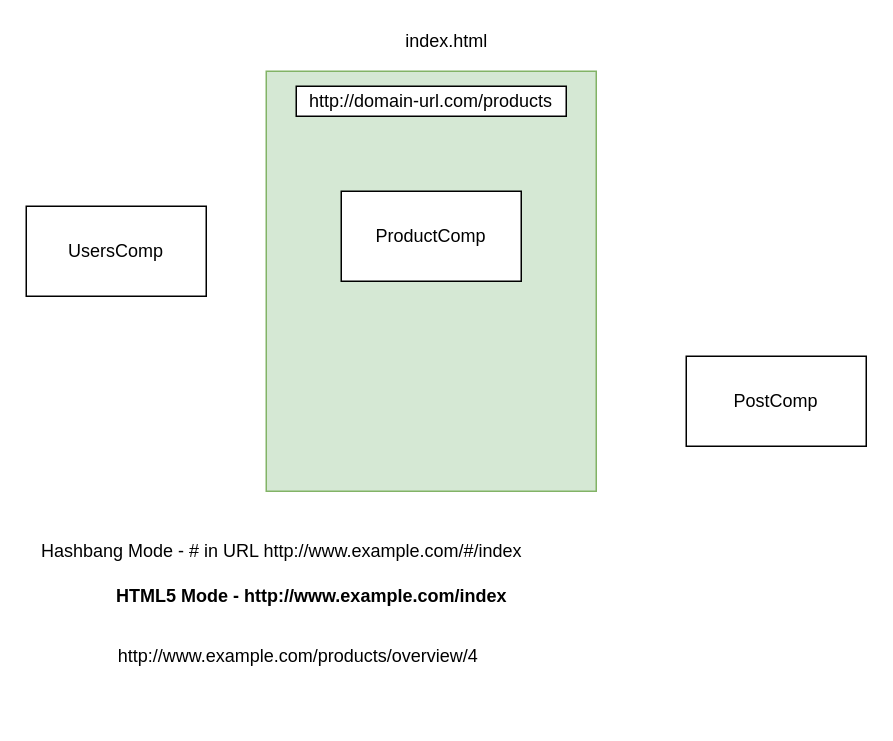
This is page "Page-15" (15 of 15) of refs/diagrams.drawio from synergy2411/citius-jan22, a draw.io file, before an edit. Source tidied: cells renumbered, new cells numbered last; positions are measured from the earlier drawing's top-left corner, leaving out a move shared by most shapes. Both pictures are drawn from the tidied source at 150%, with x=0, y=0 at pixel (26, 26).
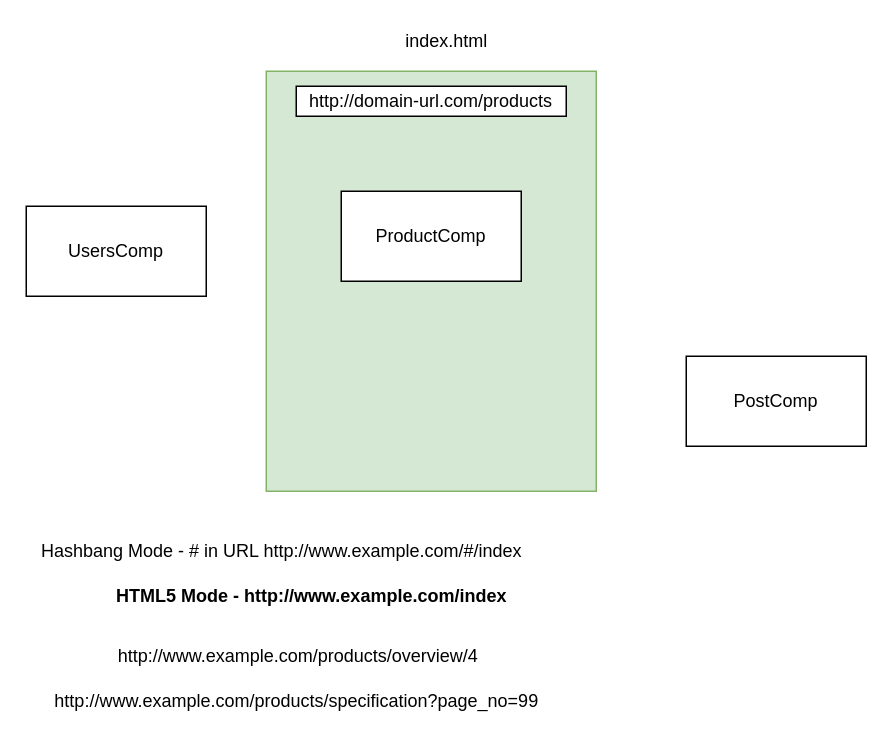
The same page after the edit.

Change to the diagram source:
```diff
@@
 <mxGraphModel>
   <root>
     <mxCell id="0" />
     <mxCell id="1" parent="0" />
     <mxCell id="2" style="rounded=0;whiteSpace=wrap;html=1;fillColor=#d5e8d4;strokeColor=#82b366;" parent="1" vertex="1">
       <mxGeometry x="160" y="30" width="220" height="280" as="geometry" />
     </mxCell>
     <mxCell id="3" value="index.html" style="text;html=1;align=center;verticalAlign=middle;strokeColor=none;fillColor=none;" parent="1" vertex="1">
       <mxGeometry x="245" width="70" height="20" as="geometry" />
     </mxCell>
     <mxCell id="4" value="http://domain-url.com/products" style="rounded=0;whiteSpace=wrap;html=1;" parent="1" vertex="1">
       <mxGeometry x="180" y="40" width="180" height="20" as="geometry" />
     </mxCell>
     <mxCell id="5" value="UsersComp" style="rounded=0;whiteSpace=wrap;html=1;" parent="1" vertex="1">
       <mxGeometry y="120" width="120" height="60" as="geometry" />
     </mxCell>
     <mxCell id="6" value="ProductComp" style="rounded=0;whiteSpace=wrap;html=1;" parent="1" vertex="1">
       <mxGeometry x="210" y="110" width="120" height="60" as="geometry" />
     </mxCell>
     <mxCell id="7" value="PostComp" style="rounded=0;whiteSpace=wrap;html=1;" parent="1" vertex="1">
       <mxGeometry x="440" y="220" width="120" height="60" as="geometry" />
     </mxCell>
     <mxCell id="8" value="Hashbang Mode - # in URL http://www.example.com/#/index" style="text;html=1;align=center;verticalAlign=middle;strokeColor=none;fillColor=none;" parent="1" vertex="1">
       <mxGeometry y="340" width="340" height="20" as="geometry" />
     </mxCell>
     <mxCell id="9" value="&lt;b&gt;HTML5 Mode - http://www.example.com/index&lt;/b&gt;" style="text;html=1;align=center;verticalAlign=middle;strokeColor=none;fillColor=none;" parent="1" vertex="1">
       <mxGeometry x="50" y="370" width="280" height="20" as="geometry" />
     </mxCell>
     <mxCell id="10" value="http://www.example.com/products/overview/4" style="text;html=1;align=center;verticalAlign=middle;strokeColor=none;fillColor=none;" parent="1" vertex="1">
       <mxGeometry x="51" y="410" width="260" height="20" as="geometry" />
     </mxCell>
+    <mxCell id="11" value="http://www.example.com/products/specification?page_no=99" style="text;html=1;align=center;verticalAlign=middle;strokeColor=none;fillColor=none;" parent="1" vertex="1">
+      <mxGeometry x="10" y="440" width="340" height="20" as="geometry" />
+    </mxCell>
   </root>
 </mxGraphModel>
```
